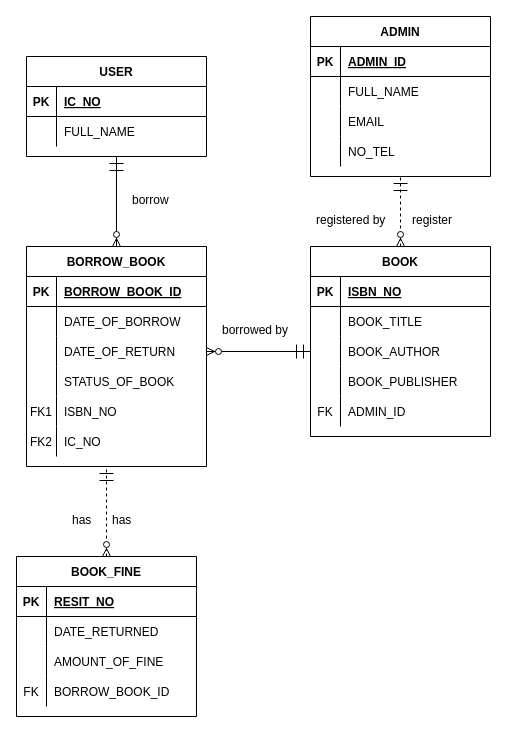
The draw.io diagram Untitled Diagram.drawio in nurezzajeslin/Week2, before the edit. Source tidied: cells renumbered, new cells numbered last; positions are measured from the earlier drawing's top-left corner, leaving out a move shared by most shapes. Both pictures are drawn from the tidied source at 100%, with x=0, y=0 at pixel (16, 16).
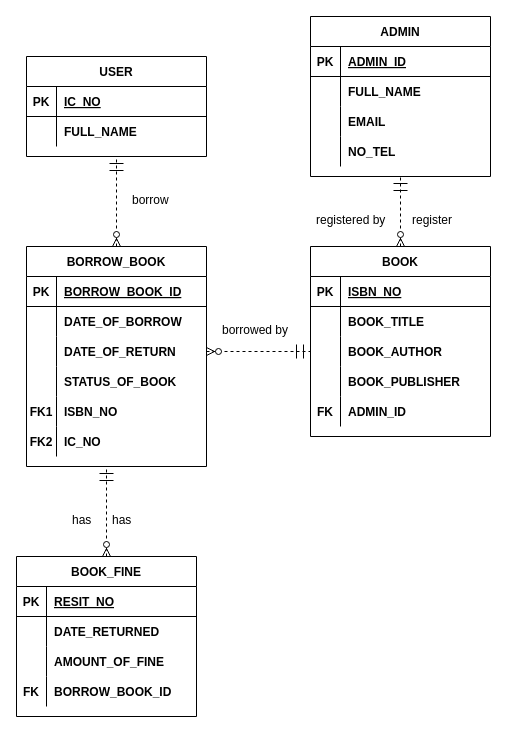
The same page after the edit.

Unchanged cells that the change refers to:
```xml
<mxCell id="2" value="USER" style="shape=table;startSize=30;childLayout=tableLayout;rowLines=0;fontStyle=1;align=center;" parent="1" vertex="1">
  <mxGeometry x="10" y="40" width="180" height="100" as="geometry" />
</mxCell>
<mxCell id="6" style="shape=partialRectangle;fillColor=none;top=0;left=0;bottom=0;right=0;" parent="2" vertex="1">
  <mxGeometry y="60" width="180" height="30" as="geometry" />
</mxCell>
<mxCell id="13" style="shape=partialRectangle;fillColor=none;top=0;left=0;bottom=0;right=0;" parent="9" vertex="1">
  <mxGeometry y="60" width="180" height="30" as="geometry" />
</mxCell>
<mxCell id="16" style="shape=partialRectangle;fillColor=none;top=0;left=0;bottom=0;right=0;" parent="9" vertex="1">
  <mxGeometry y="90" width="180" height="30" as="geometry" />
</mxCell>
<mxCell id="19" style="shape=partialRectangle;fillColor=none;top=0;left=0;bottom=0;right=0;" parent="9" vertex="1">
  <mxGeometry y="120" width="180" height="30" as="geometry" />
</mxCell>
<mxCell id="22" value="BORROW_BOOK" style="shape=table;startSize=30;childLayout=tableLayout;rowLines=0;fontStyle=1;align=center;" parent="1" vertex="1">
  <mxGeometry x="10" y="230" width="180" height="220" as="geometry" />
</mxCell>
<mxCell id="26" style="shape=partialRectangle;fillColor=none;top=0;left=0;bottom=0;right=0;" parent="22" vertex="1">
  <mxGeometry y="60" width="180" height="30" as="geometry" />
</mxCell>
<mxCell id="29" style="shape=partialRectangle;fillColor=none;top=0;left=0;bottom=0;right=0;points=[[0,0.5],[1,0.5]];portConstraint=eastwest;" parent="22" vertex="1">
  <mxGeometry y="90" width="180" height="30" as="geometry" />
</mxCell>
<mxCell id="32" style="shape=partialRectangle;fillColor=none;top=0;left=0;bottom=0;right=0;" parent="22" vertex="1">
  <mxGeometry y="120" width="180" height="30" as="geometry" />
</mxCell>
<mxCell id="35" style="shape=partialRectangle;fillColor=none;top=0;left=0;bottom=0;right=0;" parent="22" vertex="1">
  <mxGeometry y="150" width="180" height="30" as="geometry" />
</mxCell>
<mxCell id="38" style="shape=partialRectangle;fillColor=none;top=0;left=0;bottom=0;right=0;" parent="22" vertex="1">
  <mxGeometry y="180" width="180" height="30" as="geometry" />
</mxCell>
<mxCell id="45" style="shape=partialRectangle;fillColor=none;top=0;left=0;bottom=0;right=0;" parent="41" vertex="1">
  <mxGeometry y="60" width="180" height="30" as="geometry" />
</mxCell>
<mxCell id="48" style="shape=partialRectangle;fillColor=none;top=0;left=0;bottom=0;right=0;points=[[0,0.5],[1,0.5]];portConstraint=eastwest;" parent="41" vertex="1">
  <mxGeometry y="90" width="180" height="30" as="geometry" />
</mxCell>
<mxCell id="51" style="shape=partialRectangle;fillColor=none;top=0;left=0;bottom=0;right=0;" parent="41" vertex="1">
  <mxGeometry y="120" width="180" height="30" as="geometry" />
</mxCell>
<mxCell id="54" style="shape=partialRectangle;fillColor=none;top=0;left=0;bottom=0;right=0;" parent="41" vertex="1">
  <mxGeometry y="150" width="180" height="30" as="geometry" />
</mxCell>
<mxCell id="61" style="shape=partialRectangle;fillColor=none;top=0;left=0;bottom=0;right=0;" parent="57" vertex="1">
  <mxGeometry y="60" width="180" height="30" as="geometry" />
</mxCell>
<mxCell id="64" style="shape=partialRectangle;fillColor=none;top=0;left=0;bottom=0;right=0;" parent="57" vertex="1">
  <mxGeometry y="90" width="180" height="30" as="geometry" />
</mxCell>
<mxCell id="67" style="shape=partialRectangle;fillColor=none;top=0;left=0;bottom=0;right=0;" parent="57" vertex="1">
  <mxGeometry y="120" width="180" height="30" as="geometry" />
</mxCell>
```

The edit, as a diff of the source:
```diff
@@
-    <mxCell id="8" value="FULL_NAME" style="shape=partialRectangle;fillColor=none;top=0;left=0;bottom=0;right=0;align=left;spacingLeft=6;overflow=hidden;" parent="6" vertex="1">
+    <mxCell id="8" value="FULL_NAME" style="shape=partialRectangle;fillColor=none;top=0;left=0;bottom=0;right=0;align=left;spacingLeft=6;overflow=hidden;fontStyle=1;" parent="6" vertex="1">
       <mxGeometry x="30" width="150" height="30" as="geometry" />
     </mxCell>
@@
-    <mxCell id="15" value="FULL_NAME" style="shape=partialRectangle;fillColor=none;top=0;left=0;bottom=0;right=0;align=left;spacingLeft=6;overflow=hidden;" parent="13" vertex="1">
+    <mxCell id="15" value="FULL_NAME" style="shape=partialRectangle;fillColor=none;top=0;left=0;bottom=0;right=0;align=left;spacingLeft=6;overflow=hidden;fontStyle=1;" parent="13" vertex="1">
       <mxGeometry x="30" width="150" height="30" as="geometry" />
     </mxCell>
@@
-    <mxCell id="18" value="EMAIL" style="shape=partialRectangle;fillColor=none;top=0;left=0;bottom=0;right=0;align=left;spacingLeft=6;overflow=hidden;" parent="16" vertex="1">
+    <mxCell id="18" value="EMAIL" style="shape=partialRectangle;fillColor=none;top=0;left=0;bottom=0;right=0;align=left;spacingLeft=6;overflow=hidden;fontStyle=1;" parent="16" vertex="1">
       <mxGeometry x="30" width="150" height="30" as="geometry" />
     </mxCell>
@@
-    <mxCell id="21" value="NO_TEL" style="shape=partialRectangle;fillColor=none;top=0;left=0;bottom=0;right=0;align=left;spacingLeft=6;overflow=hidden;" parent="19" vertex="1">
+    <mxCell id="21" value="NO_TEL" style="shape=partialRectangle;fillColor=none;top=0;left=0;bottom=0;right=0;align=left;spacingLeft=6;overflow=hidden;fontStyle=1;" parent="19" vertex="1">
       <mxGeometry x="30" width="150" height="30" as="geometry" />
     </mxCell>
@@
-    <mxCell id="28" value="DATE_OF_BORROW" style="shape=partialRectangle;fillColor=none;top=0;left=0;bottom=0;right=0;align=left;spacingLeft=6;overflow=hidden;" parent="26" vertex="1">
+    <mxCell id="28" value="DATE_OF_BORROW" style="shape=partialRectangle;fillColor=none;top=0;left=0;bottom=0;right=0;align=left;spacingLeft=6;overflow=hidden;fontStyle=1;" parent="26" vertex="1">
       <mxGeometry x="30" width="150" height="30" as="geometry" />
     </mxCell>
@@
-    <mxCell id="31" value="DATE_OF_RETURN" style="shape=partialRectangle;fillColor=none;top=0;left=0;bottom=0;right=0;align=left;spacingLeft=6;overflow=hidden;" parent="29" vertex="1">
+    <mxCell id="31" value="DATE_OF_RETURN" style="shape=partialRectangle;fillColor=none;top=0;left=0;bottom=0;right=0;align=left;spacingLeft=6;overflow=hidden;fontStyle=1;" parent="29" vertex="1">
       <mxGeometry x="30" width="150" height="30" as="geometry" />
     </mxCell>
@@
-    <mxCell id="34" value="STATUS_OF_BOOK" style="shape=partialRectangle;fillColor=none;top=0;left=0;bottom=0;right=0;align=left;spacingLeft=6;overflow=hidden;" parent="32" vertex="1">
+    <mxCell id="34" value="STATUS_OF_BOOK" style="shape=partialRectangle;fillColor=none;top=0;left=0;bottom=0;right=0;align=left;spacingLeft=6;overflow=hidden;fontStyle=1;" parent="32" vertex="1">
       <mxGeometry x="30" width="150" height="30" as="geometry" />
     </mxCell>
@@
-    <mxCell id="36" value="FK1" style="shape=partialRectangle;fillColor=none;top=0;left=0;bottom=0;right=0;fontStyle=0;overflow=hidden;" parent="35" vertex="1">
+    <mxCell id="36" value="FK1" style="shape=partialRectangle;fillColor=none;top=0;left=0;bottom=0;right=0;fontStyle=1;overflow=hidden;" parent="35" vertex="1">
       <mxGeometry width="30" height="30" as="geometry" />
     </mxCell>
-    <mxCell id="37" value="ISBN_NO" style="shape=partialRectangle;fillColor=none;top=0;left=0;bottom=0;right=0;align=left;spacingLeft=6;fontStyle=0;overflow=hidden;" parent="35" vertex="1">
+    <mxCell id="37" value="ISBN_NO" style="shape=partialRectangle;fillColor=none;top=0;left=0;bottom=0;right=0;align=left;spacingLeft=6;fontStyle=1;overflow=hidden;" parent="35" vertex="1">
       <mxGeometry x="30" width="150" height="30" as="geometry" />
     </mxCell>
@@
-    <mxCell id="39" value="FK2" style="shape=partialRectangle;fillColor=none;top=0;left=0;bottom=0;right=0;fontStyle=0;overflow=hidden;" parent="38" vertex="1">
+    <mxCell id="39" value="FK2" style="shape=partialRectangle;fillColor=none;top=0;left=0;bottom=0;right=0;fontStyle=1;overflow=hidden;" parent="38" vertex="1">
       <mxGeometry width="30" height="30" as="geometry" />
     </mxCell>
-    <mxCell id="40" value="IC_NO" style="shape=partialRectangle;fillColor=none;top=0;left=0;bottom=0;right=0;align=left;spacingLeft=6;fontStyle=0;overflow=hidden;" parent="38" vertex="1">
+    <mxCell id="40" value="IC_NO" style="shape=partialRectangle;fillColor=none;top=0;left=0;bottom=0;right=0;align=left;spacingLeft=6;fontStyle=1;overflow=hidden;" parent="38" vertex="1">
       <mxGeometry x="30" width="150" height="30" as="geometry" />
     </mxCell>
@@
-    <mxCell id="47" value="BOOK_TITLE" style="shape=partialRectangle;fillColor=none;top=0;left=0;bottom=0;right=0;align=left;spacingLeft=6;overflow=hidden;" parent="45" vertex="1">
+    <mxCell id="47" value="BOOK_TITLE" style="shape=partialRectangle;fillColor=none;top=0;left=0;bottom=0;right=0;align=left;spacingLeft=6;overflow=hidden;fontStyle=1;" parent="45" vertex="1">
       <mxGeometry x="30" width="150" height="30" as="geometry" />
     </mxCell>
@@
-    <mxCell id="50" value="BOOK_AUTHOR" style="shape=partialRectangle;fillColor=none;top=0;left=0;bottom=0;right=0;align=left;spacingLeft=6;overflow=hidden;" parent="48" vertex="1">
+    <mxCell id="50" value="BOOK_AUTHOR" style="shape=partialRectangle;fillColor=none;top=0;left=0;bottom=0;right=0;align=left;spacingLeft=6;overflow=hidden;fontStyle=1;" parent="48" vertex="1">
       <mxGeometry x="30" width="150" height="30" as="geometry" />
     </mxCell>
@@
-    <mxCell id="53" value="BOOK_PUBLISHER" style="shape=partialRectangle;fillColor=none;top=0;left=0;bottom=0;right=0;align=left;spacingLeft=6;overflow=hidden;" parent="51" vertex="1">
+    <mxCell id="53" value="BOOK_PUBLISHER" style="shape=partialRectangle;fillColor=none;top=0;left=0;bottom=0;right=0;align=left;spacingLeft=6;overflow=hidden;fontStyle=1;" parent="51" vertex="1">
       <mxGeometry x="30" width="150" height="30" as="geometry" />
     </mxCell>
@@
-    <mxCell id="55" value="FK" style="shape=partialRectangle;fillColor=none;top=0;left=0;bottom=0;right=0;fontStyle=0;overflow=hidden;" parent="54" vertex="1">
+    <mxCell id="55" value="FK" style="shape=partialRectangle;fillColor=none;top=0;left=0;bottom=0;right=0;fontStyle=1;overflow=hidden;" parent="54" vertex="1">
       <mxGeometry width="30" height="30" as="geometry" />
     </mxCell>
-    <mxCell id="56" value="ADMIN_ID" style="shape=partialRectangle;fillColor=none;top=0;left=0;bottom=0;right=0;align=left;spacingLeft=6;fontStyle=0;overflow=hidden;" parent="54" vertex="1">
+    <mxCell id="56" value="ADMIN_ID" style="shape=partialRectangle;fillColor=none;top=0;left=0;bottom=0;right=0;align=left;spacingLeft=6;fontStyle=1;overflow=hidden;" parent="54" vertex="1">
       <mxGeometry x="30" width="150" height="30" as="geometry" />
     </mxCell>
@@
-    <mxCell id="63" value="DATE_RETURNED" style="shape=partialRectangle;fillColor=none;top=0;left=0;bottom=0;right=0;align=left;spacingLeft=6;overflow=hidden;" parent="61" vertex="1">
+    <mxCell id="63" value="DATE_RETURNED" style="shape=partialRectangle;fillColor=none;top=0;left=0;bottom=0;right=0;align=left;spacingLeft=6;overflow=hidden;fontStyle=1;" parent="61" vertex="1">
       <mxGeometry x="30" width="150" height="30" as="geometry" />
     </mxCell>
@@
-    <mxCell id="66" value="AMOUNT_OF_FINE" style="shape=partialRectangle;fillColor=none;top=0;left=0;bottom=0;right=0;align=left;spacingLeft=6;overflow=hidden;" parent="64" vertex="1">
+    <mxCell id="66" value="AMOUNT_OF_FINE" style="shape=partialRectangle;fillColor=none;top=0;left=0;bottom=0;right=0;align=left;spacingLeft=6;overflow=hidden;fontStyle=1;" parent="64" vertex="1">
       <mxGeometry x="30" width="150" height="30" as="geometry" />
     </mxCell>
@@
-    <mxCell id="68" value="FK" style="shape=partialRectangle;fillColor=none;top=0;left=0;bottom=0;right=0;fontStyle=0;overflow=hidden;" parent="67" vertex="1">
+    <mxCell id="68" value="FK" style="shape=partialRectangle;fillColor=none;top=0;left=0;bottom=0;right=0;fontStyle=1;overflow=hidden;" parent="67" vertex="1">
       <mxGeometry width="30" height="30" as="geometry" />
     </mxCell>
-    <mxCell id="69" value="BORROW_BOOK_ID" style="shape=partialRectangle;fillColor=none;top=0;left=0;bottom=0;right=0;align=left;spacingLeft=6;fontStyle=0;overflow=hidden;" parent="67" vertex="1">
+    <mxCell id="69" value="BORROW_BOOK_ID" style="shape=partialRectangle;fillColor=none;top=0;left=0;bottom=0;right=0;align=left;spacingLeft=6;fontStyle=1;overflow=hidden;" parent="67" vertex="1">
       <mxGeometry x="30" width="150" height="30" as="geometry" />
     </mxCell>
@@
-    <mxCell id="72" style="endArrow=ERmandOne;endFill=0;endSize=12;html=1;startArrow=ERzeroToMany;startFill=1;entryX=0;entryY=0.5;entryDx=0;entryDy=0;exitX=1;exitY=0.5;exitDx=0;exitDy=0;" parent="1" edge="1" source="29" target="48">
+    <mxCell id="72" style="endArrow=ERmandOne;endFill=0;endSize=12;html=1;startArrow=ERzeroToMany;startFill=1;entryX=0;entryY=0.5;entryDx=0;entryDy=0;exitX=1;exitY=0.5;exitDx=0;exitDy=0;dashed=1;" parent="1" edge="1" source="29" target="48">
       <mxGeometry relative="1" as="geometry" />
     </mxCell>
-    <mxCell id="73" style="endArrow=ERmandOne;endFill=0;endSize=12;html=1;startArrow=ERzeroToMany;startFill=1;entryX=0.5;entryY=1;entryDx=0;entryDy=0;exitX=0.5;exitY=0;exitDx=0;exitDy=0;" parent="1" edge="1" source="22" target="2">
+    <mxCell id="73" style="endArrow=ERmandOne;endFill=0;endSize=12;html=1;startArrow=ERzeroToMany;startFill=1;entryX=0.5;entryY=1;entryDx=0;entryDy=0;exitX=0.5;exitY=0;exitDx=0;exitDy=0;dashed=1;" parent="1" edge="1" source="22" target="2">
       <mxGeometry relative="1" as="geometry" />
     </mxCell>
```
